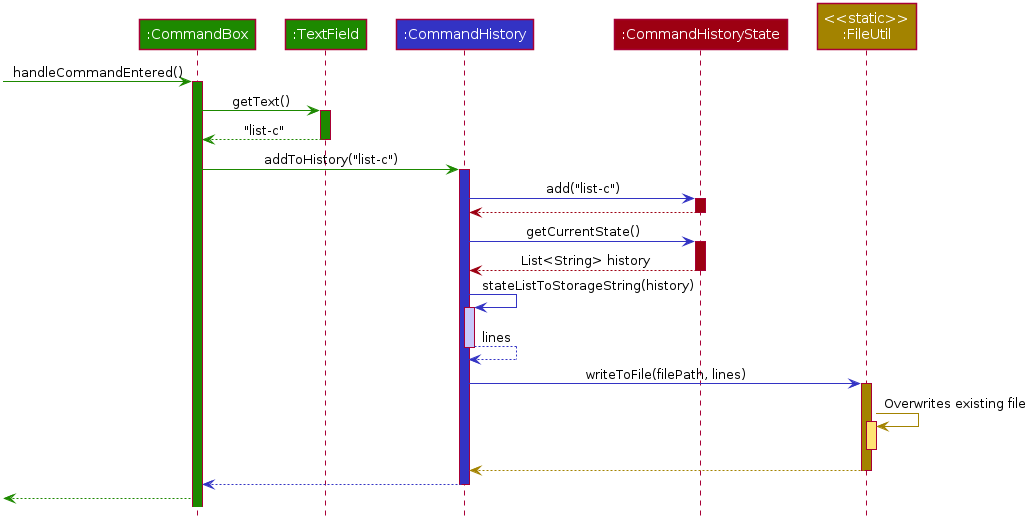
Before: docs/images/CommandHistorySequenceDiagram.png, a diagram exported from PlantUML (nus-cs2103-AY1920S2/addressbook-level3).
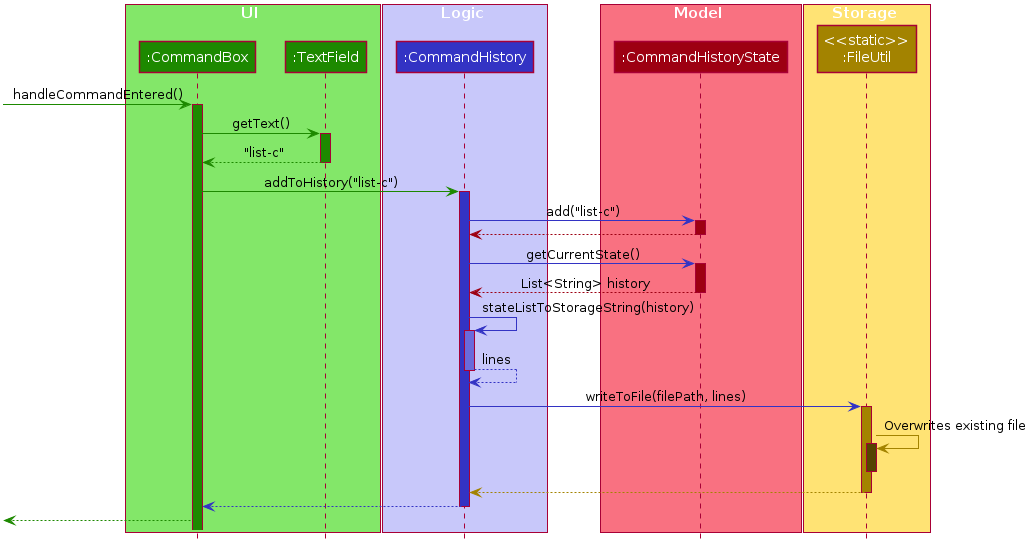
After the change.

Diff of the diagram source:
```diff
@@ -48,11 +48,19 @@
 hide members
 hide circle
 
+box UI #83E769
 Participant ":CommandBox" as commandBox #1D8900
 Participant ":TextField" as textField #1D8900
+end box
+box Logic #C8C8FA
 Participant ":CommandHistory" as commandHistory #3333C4
+end box
+box Model #F97181
 Participant ":CommandHistoryState" as commandHistoryState #9D0012
+end box
+box Storage #FFE374
 Participant "<<static>>\n:FileUtil" as fileUtil #A38300
+end box
 
 -[#1D8900]> commandBox : handleCommandEntered()
 activate commandBox #1D8900
@@ -79,7 +87,7 @@
 deactivate commandHistoryState
 
 commandHistory -[#3333C4]> commandHistory : stateListToStorageString(history)
-activate commandHistory #C8C8FA
+activate commandHistory #6A6ADC
 commandHistory -[#3333C4]-> commandHistory : lines
 deactivate commandHistory
 
@@ -87,7 +95,7 @@
 activate fileUtil #A38300
 
 fileUtil -[#A38300]> fileUtil : Overwrites existing file
-activate fileUtil #FFE374
+activate fileUtil #544400
 deactivate fileUtil
 
 fileUtil -[#A38300]-> commandHistory
```
